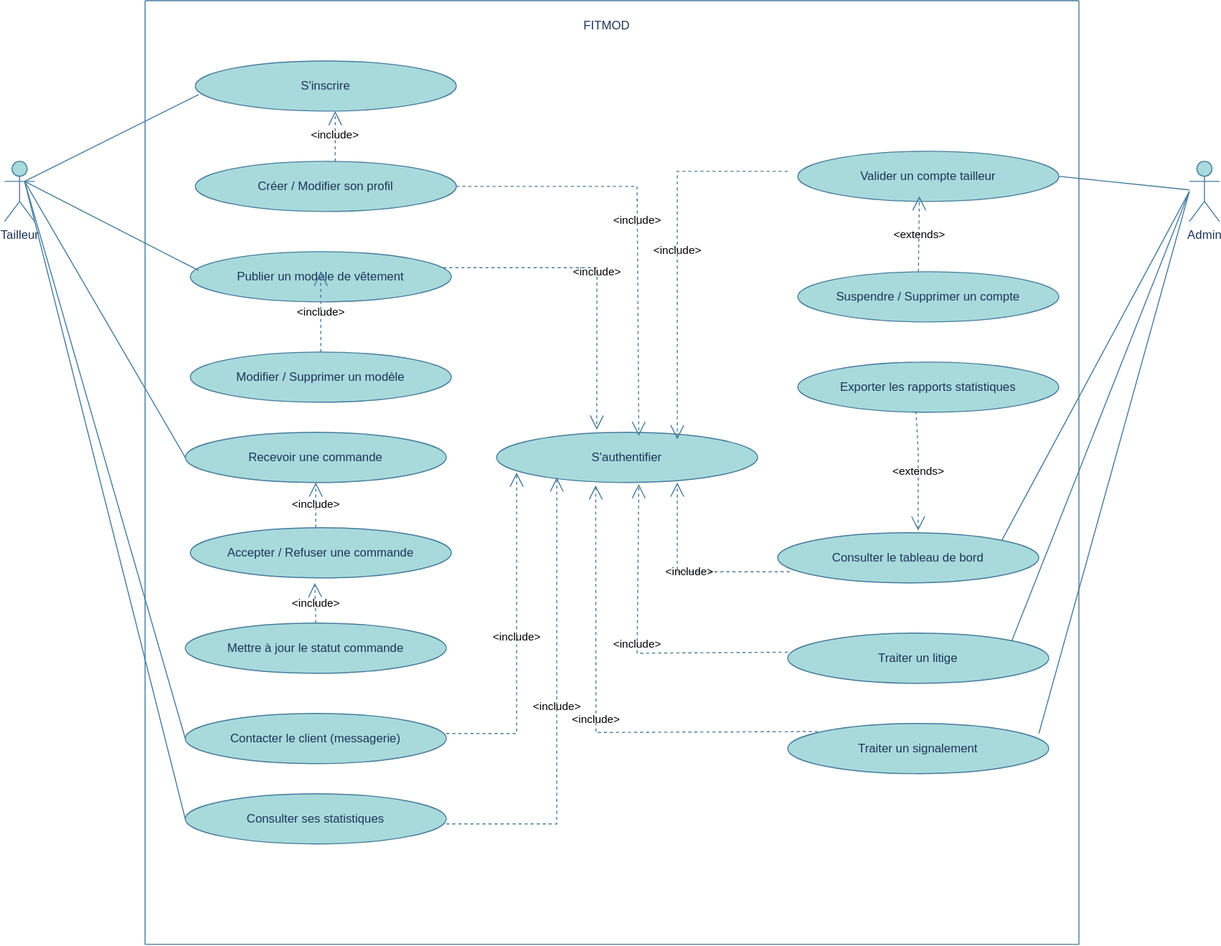
Kim-SypherX/Soutenance keeps this draw.io diagram as Tailleur_Admin_use_case.drawio.svg. Above is the earlier version. Source tidied: cells renumbered, new cells last; positions are measured from the earlier drawing's top-left corner, leaving out a move shared by most shapes.
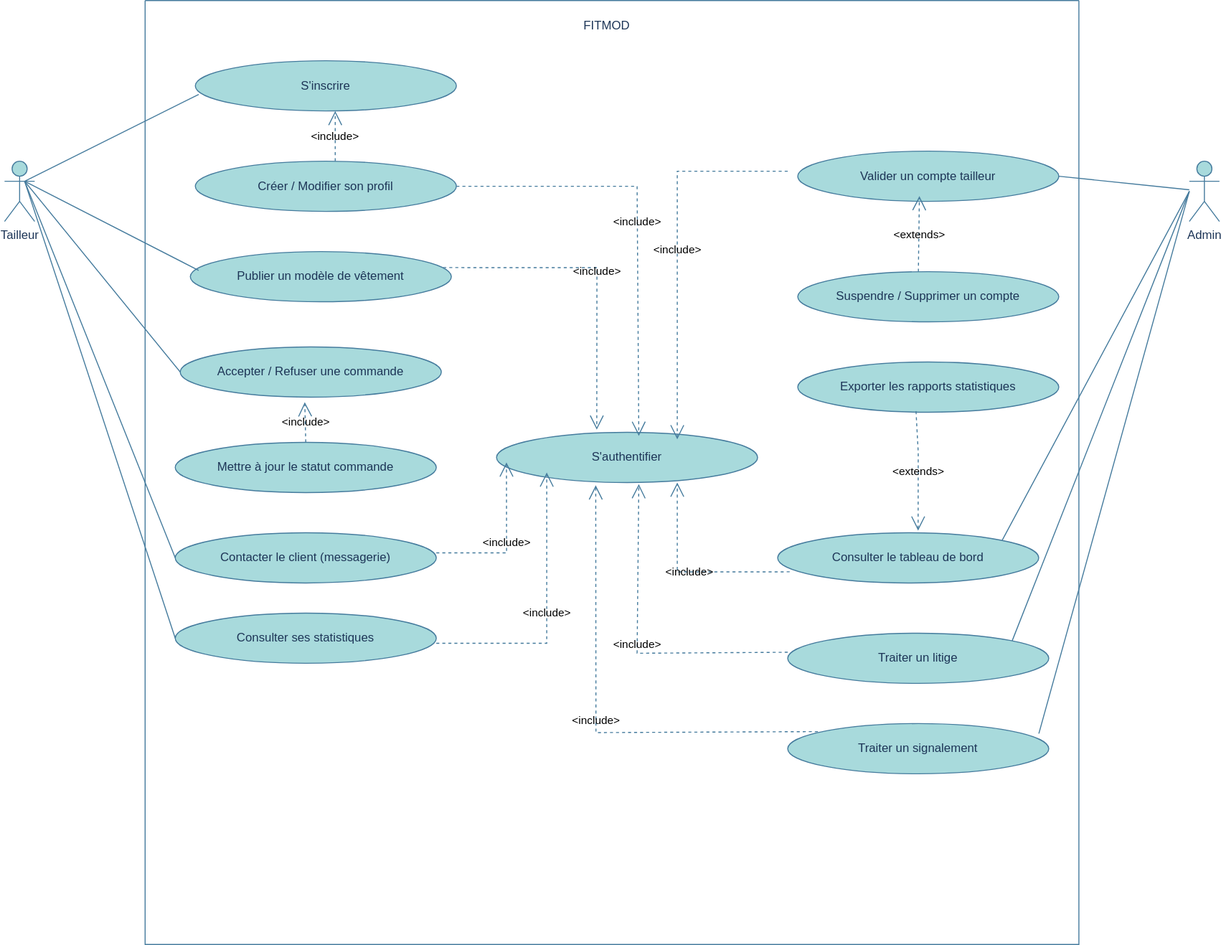
Above is the later version.

Change to the diagram source:
```diff
@@ -14,23 +14,17 @@
     <mxCell id="5" value="Publier un modèle de vêtement" style="ellipse;whiteSpace=wrap;html=1;labelBackgroundColor=none;fillColor=#A8DADC;strokeColor=#457B9D;fontColor=#1D3557;" parent="2" vertex="1">
       <mxGeometry x="45" y="250" width="260" height="50" as="geometry" />
     </mxCell>
-    <mxCell id="6" value="Modifier / Supprimer un modèle" style="ellipse;whiteSpace=wrap;html=1;labelBackgroundColor=none;fillColor=#A8DADC;strokeColor=#457B9D;fontColor=#1D3557;" parent="2" vertex="1">
-      <mxGeometry x="45" y="350" width="260" height="50" as="geometry" />
-    </mxCell>
-    <mxCell id="7" value="Recevoir une commande" style="ellipse;whiteSpace=wrap;html=1;labelBackgroundColor=none;fillColor=#A8DADC;strokeColor=#457B9D;fontColor=#1D3557;" parent="2" vertex="1">
-      <mxGeometry x="40" y="430" width="260" height="50" as="geometry" />
-    </mxCell>
     <mxCell id="8" value="Accepter / Refuser une commande" style="ellipse;whiteSpace=wrap;html=1;labelBackgroundColor=none;fillColor=#A8DADC;strokeColor=#457B9D;fontColor=#1D3557;" parent="2" vertex="1">
-      <mxGeometry x="45" y="525" width="260" height="50" as="geometry" />
+      <mxGeometry x="35" y="345" width="260" height="50" as="geometry" />
     </mxCell>
     <mxCell id="9" value="Mettre à jour le statut commande" style="ellipse;whiteSpace=wrap;html=1;labelBackgroundColor=none;fillColor=#A8DADC;strokeColor=#457B9D;fontColor=#1D3557;" parent="2" vertex="1">
-      <mxGeometry x="40" y="620" width="260" height="50" as="geometry" />
+      <mxGeometry x="30" y="440" width="260" height="50" as="geometry" />
     </mxCell>
     <mxCell id="10" value="Contacter le client (messagerie)" style="ellipse;whiteSpace=wrap;html=1;labelBackgroundColor=none;fillColor=#A8DADC;strokeColor=#457B9D;fontColor=#1D3557;" parent="2" vertex="1">
-      <mxGeometry x="40" y="710" width="260" height="50" as="geometry" />
+      <mxGeometry x="30" y="530" width="260" height="50" as="geometry" />
     </mxCell>
     <mxCell id="11" value="Consulter ses statistiques" style="ellipse;whiteSpace=wrap;html=1;labelBackgroundColor=none;fillColor=#A8DADC;strokeColor=#457B9D;fontColor=#1D3557;" parent="2" vertex="1">
-      <mxGeometry x="40" y="790" width="260" height="50" as="geometry" />
+      <mxGeometry x="30" y="610" width="260" height="50" as="geometry" />
     </mxCell>
     <mxCell id="12" value="S'authentifier" style="ellipse;whiteSpace=wrap;html=1;labelBackgroundColor=none;fillColor=#A8DADC;strokeColor=#457B9D;fontColor=#1D3557;" parent="2" vertex="1">
       <mxGeometry x="350" y="430" width="260" height="50" as="geometry" />
@@ -38,21 +32,11 @@
     <mxCell id="13" value="FITMOD" style="text;html=1;whiteSpace=wrap;strokeColor=none;fillColor=none;align=center;verticalAlign=middle;rounded=0;labelBackgroundColor=none;fontColor=#1D3557;" parent="2" vertex="1">
       <mxGeometry x="430" y="10" width="60" height="30" as="geometry" />
     </mxCell>
-    <mxCell id="14" value="&amp;lt;include&amp;gt;" style="endArrow=open;endSize=12;dashed=1;html=1;rounded=0;labelBackgroundColor=none;strokeColor=#457B9D;fontColor=default;exitX=0.5;exitY=0;exitDx=0;exitDy=0;" parent="2" edge="1" source="6">
-      <mxGeometry relative="1" as="geometry">
-        <mxPoint x="175" y="270" as="targetPoint" />
-      </mxGeometry>
-    </mxCell>
-    <mxCell id="15" value="&amp;lt;include&amp;gt;" style="endArrow=open;endSize=12;dashed=1;html=1;rounded=0;entryX=0.5;entryY=1;entryDx=0;entryDy=0;labelBackgroundColor=none;strokeColor=#457B9D;fontColor=default;" parent="2" edge="1" target="7">
-      <mxGeometry relative="1" as="geometry">
-        <mxPoint x="170" y="525" as="sourcePoint" />
-      </mxGeometry>
-    </mxCell>
-    <mxCell id="16" value="&amp;lt;include&amp;gt;" style="endArrow=open;endSize=12;dashed=1;html=1;rounded=0;labelBackgroundColor=none;strokeColor=#457B9D;fontColor=default;entryX=0.077;entryY=0.8;entryDx=0;entryDy=0;entryPerimeter=0;" parent="2" edge="1" target="12">
+    <mxCell id="16" value="&amp;lt;include&amp;gt;" style="endArrow=open;endSize=12;dashed=1;html=1;rounded=0;labelBackgroundColor=none;strokeColor=#457B9D;fontColor=default;entryX=0.038;entryY=0.6;entryDx=0;entryDy=0;entryPerimeter=0;" parent="2" edge="1" target="12">
       <mxGeometry relative="1" as="geometry">
-        <mxPoint x="300" y="730" as="sourcePoint" />
+        <mxPoint x="290" y="550" as="sourcePoint" />
         <Array as="points">
-          <mxPoint x="370" y="730" />
+          <mxPoint x="360" y="550" />
         </Array>
       </mxGeometry>
     </mxCell>
@@ -65,10 +49,10 @@
     </mxCell>
     <mxCell id="18" value="&amp;lt;include&amp;gt;" style="endArrow=open;endSize=12;dashed=1;html=1;rounded=0;labelBackgroundColor=none;strokeColor=#457B9D;fontColor=default;" parent="2" edge="1">
       <mxGeometry relative="1" as="geometry">
-        <mxPoint x="300" y="820" as="sourcePoint" />
-        <mxPoint x="410" y="475" as="targetPoint" />
+        <mxPoint x="290" y="640" as="sourcePoint" />
+        <mxPoint x="400" y="470" as="targetPoint" />
         <Array as="points">
-          <mxPoint x="410" y="820" />
+          <mxPoint x="400" y="640" />
         </Array>
       </mxGeometry>
     </mxCell>
@@ -81,7 +65,7 @@
     </mxCell>
     <mxCell id="20" value="&amp;lt;include&amp;gt;" style="endArrow=open;endSize=12;dashed=1;html=1;rounded=0;labelBackgroundColor=none;strokeColor=#457B9D;fontColor=default;exitX=0.5;exitY=0;exitDx=0;exitDy=0;" parent="2" edge="1" source="9">
       <mxGeometry relative="1" as="geometry">
-        <mxPoint x="169" y="580" as="targetPoint" />
+        <mxPoint x="159" y="400" as="targetPoint" />
       </mxGeometry>
     </mxCell>
     <mxCell id="21" value="&amp;lt;include&amp;gt;" style="endArrow=open;endSize=12;dashed=1;html=1;rounded=0;labelBackgroundColor=none;strokeColor=#457B9D;fontColor=default;exitX=0.5;exitY=0;exitDx=0;exitDy=0;" parent="2" edge="1">
@@ -174,7 +158,7 @@
         <mxPoint x="20" y="180" as="sourcePoint" />
       </mxGeometry>
     </mxCell>
-    <mxCell id="39" style="endArrow=none;html=1;rounded=0;entryX=0;entryY=0.5;entryDx=0;entryDy=0;labelBackgroundColor=none;strokeColor=#457B9D;fontColor=default;" parent="1" edge="1" target="7">
+    <mxCell id="39" style="endArrow=none;html=1;rounded=0;entryX=0;entryY=0.5;entryDx=0;entryDy=0;labelBackgroundColor=none;strokeColor=#457B9D;fontColor=default;" parent="1" edge="1" target="8">
       <mxGeometry relative="1" as="geometry">
         <mxPoint x="20" y="180" as="sourcePoint" />
       </mxGeometry>
```
